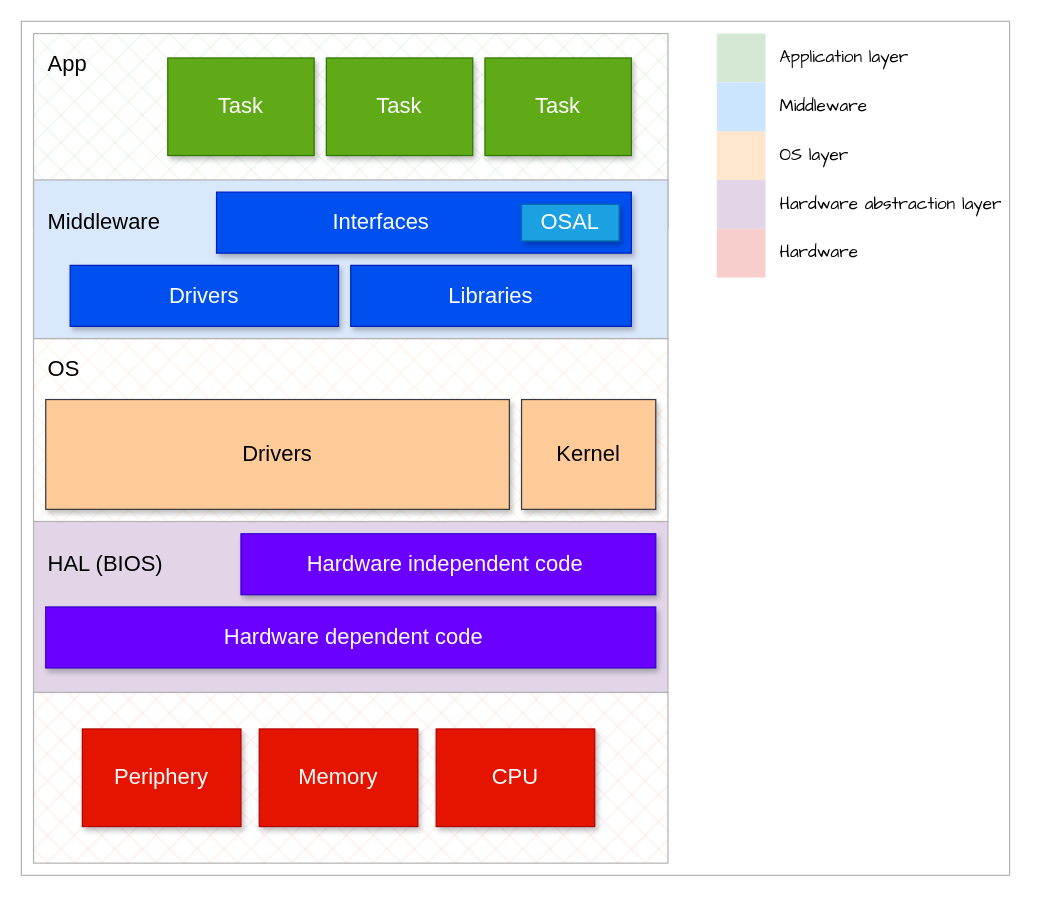
This is page "OS" (7 of 13) of assets/OS.drawio from braboj/tutorial-os, a draw.io file, before an edit. Source tidied: cells renumbered, new cells numbered last; positions are measured from the earlier drawing's top-left corner, leaving out a move shared by most shapes. Both pictures are drawn from the tidied source at 122%, with x=0, y=0 at pixel (21, 21).
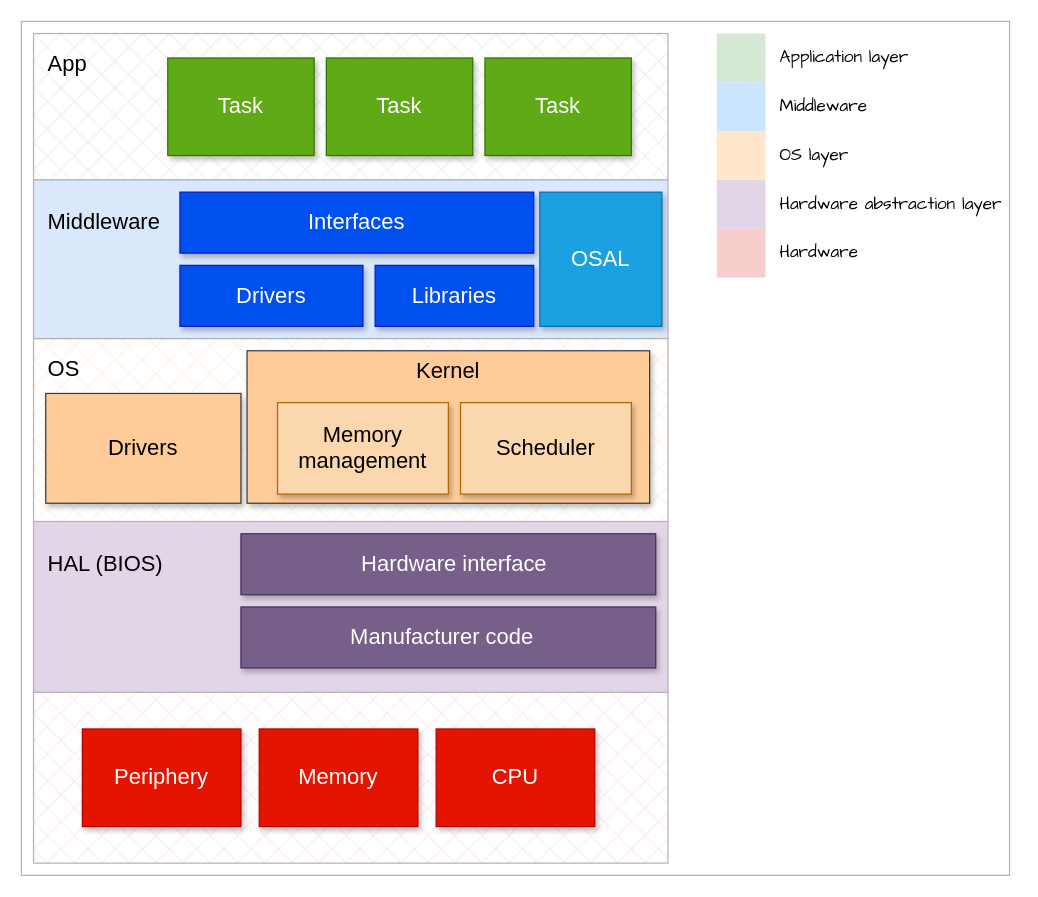
Above is the later version.

What changed in the source:
```diff
@@
+    <mxCell id="4" style="rounded=0;whiteSpace=wrap;html=1;sketch=0;shadow=0;fillStyle=cross-hatch;fillColor=#ffe6cc;strokeColor=#B3B3B3;" parent="1" vertex="1">
+      <mxGeometry x="10" y="260" width="520" height="150" as="geometry" />
+    </mxCell>
@@
-    <mxCell id="4" style="rounded=0;whiteSpace=wrap;html=1;sketch=0;shadow=0;fillStyle=cross-hatch;fillColor=#ffe6cc;strokeColor=#B3B3B3;" parent="1" vertex="1">
-      <mxGeometry x="10" y="260" width="520" height="150" as="geometry" />
-    </mxCell>
     <mxCell id="5" style="rounded=0;whiteSpace=wrap;html=1;sketch=0;shadow=0;fillStyle=cross-hatch;fillColor=#d5e8d4;strokeColor=#B3B3B3;" parent="1" vertex="1">
-      <mxGeometry x="10" y="10" width="520" height="160" as="geometry" />
+      <mxGeometry x="10" y="10" width="520" height="120" as="geometry" />
     </mxCell>
@@
-    <mxCell id="7" value="Kernel" style="rounded=0;whiteSpace=wrap;html=1;strokeColor=#36393d;fillColor=#ffcc99;glass=0;shadow=1;fontSize=18;" parent="1" vertex="1">
-      <mxGeometry x="410" y="310" width="110" height="90" as="geometry" />
-    </mxCell>
@@
     <mxCell id="9" value="Drivers" style="rounded=0;whiteSpace=wrap;html=1;fillColor=#ffcc99;strokeColor=#36393d;glass=0;shadow=1;fontSize=18;" parent="1" vertex="1">
-      <mxGeometry x="20" y="310" width="380" height="90" as="geometry" />
+      <mxGeometry x="20" y="305" width="160" height="90" as="geometry" />
     </mxCell>
@@
-    <mxCell id="17" style="rounded=0;whiteSpace=wrap;html=1;glass=0;shadow=1;fillColor=#0050ef;strokeColor=#001DBC;fontColor=#ffffff;" parent="1" vertex="1">
-      <mxGeometry x="160" y="140" width="340" height="50" as="geometry" />
+    <mxCell id="17" value="Interfaces" style="rounded=0;whiteSpace=wrap;html=1;glass=0;shadow=1;fillColor=#0050ef;strokeColor=#001DBC;fontColor=#ffffff;fontSize=18;" parent="1" vertex="1">
+      <mxGeometry x="130" y="140" width="290" height="50" as="geometry" />
     </mxCell>
     <mxCell id="18" value="Libraries" style="rounded=0;whiteSpace=wrap;html=1;glass=0;shadow=1;fillColor=#0050ef;strokeColor=#001DBC;fontColor=#ffffff;fontSize=18;" parent="1" vertex="1">
-      <mxGeometry x="270" y="200" width="230" height="50" as="geometry" />
+      <mxGeometry x="290" y="200" width="130" height="50" as="geometry" />
     </mxCell>
     <mxCell id="19" value="Drivers" style="rounded=0;whiteSpace=wrap;html=1;glass=0;shadow=1;fillColor=#0050ef;strokeColor=#001DBC;fontColor=#ffffff;fontSize=18;" parent="1" vertex="1">
-      <mxGeometry x="40" y="200" width="220" height="50" as="geometry" />
+      <mxGeometry x="130" y="200" width="150" height="50" as="geometry" />
     </mxCell>
-    <mxCell id="20" value="OSAL" style="rounded=0;whiteSpace=wrap;html=1;glass=0;shadow=1;fillColor=#1ba1e2;strokeColor=#006EAF;fontColor=#ffffff;fontSize=18;" parent="1" vertex="1">
-      <mxGeometry x="410" y="150" width="80" height="30" as="geometry" />
-    </mxCell>
-    <mxCell id="21" value="Interfaces" style="text;html=1;align=center;verticalAlign=middle;whiteSpace=wrap;rounded=0;shadow=0;glass=0;sketch=0;fillStyle=auto;fontFamily=Helvetica;fontSize=18;fontColor=#FFFFFF;" parent="1" vertex="1">
-      <mxGeometry x="230" y="150" width="130" height="30" as="geometry" />
-    </mxCell>
@@
-    <mxCell id="35" style="rounded=0;whiteSpace=wrap;html=1;glass=0;shadow=1;fillColor=#6a00ff;strokeColor=#3700CC;fontColor=#ffffff;" parent="1" vertex="1">
+    <mxCell id="35" style="rounded=0;whiteSpace=wrap;html=1;glass=0;shadow=1;fillColor=#76608a;strokeColor=#432D57;fontColor=#ffffff;" parent="1" vertex="1">
       <mxGeometry x="180" y="420" width="340" height="50" as="geometry" />
     </mxCell>
-    <mxCell id="36" value="Hardware independent code" style="text;html=1;align=center;verticalAlign=middle;whiteSpace=wrap;rounded=0;shadow=0;glass=0;sketch=0;fillStyle=auto;fontFamily=Helvetica;fontSize=18;fontColor=#FFFFFF;" parent="1" vertex="1">
-      <mxGeometry x="195" y="430" width="305" height="30" as="geometry" />
+    <mxCell id="36" value="Hardware interface" style="text;html=1;align=center;verticalAlign=middle;whiteSpace=wrap;rounded=0;shadow=0;glass=0;sketch=0;fillStyle=auto;fontFamily=Helvetica;fontSize=18;fontColor=#FFFFFF;" parent="1" vertex="1">
+      <mxGeometry x="210" y="430" width="290" height="30" as="geometry" />
     </mxCell>
-    <mxCell id="37" style="rounded=0;whiteSpace=wrap;html=1;glass=0;shadow=1;fillColor=#6a00ff;strokeColor=#3700CC;fontColor=#ffffff;" parent="1" vertex="1">
-      <mxGeometry x="20" y="480" width="500" height="50" as="geometry" />
+    <mxCell id="37" style="rounded=0;whiteSpace=wrap;html=1;glass=0;shadow=1;fillColor=#76608a;strokeColor=#432D57;fontColor=#ffffff;" parent="1" vertex="1">
+      <mxGeometry x="180" y="480" width="340" height="50" as="geometry" />
     </mxCell>
-    <mxCell id="38" value="Hardware dependent code" style="text;html=1;align=center;verticalAlign=middle;whiteSpace=wrap;rounded=0;shadow=0;glass=0;sketch=0;fillStyle=auto;fontFamily=Helvetica;fontSize=18;fontColor=#FFFFFF;" parent="1" vertex="1">
-      <mxGeometry x="120" y="490" width="305" height="30" as="geometry" />
+    <mxCell id="38" value="Manufacturer code" style="text;html=1;align=center;verticalAlign=middle;whiteSpace=wrap;rounded=0;shadow=0;glass=0;sketch=0;fillStyle=auto;fontFamily=Helvetica;fontSize=18;fontColor=#FFFFFF;" parent="1" vertex="1">
+      <mxGeometry x="200" y="490" width="290" height="30" as="geometry" />
     </mxCell>
+    <mxCell id="20" value="OSAL" style="rounded=0;whiteSpace=wrap;html=1;glass=0;shadow=1;fillColor=#1ba1e2;strokeColor=#006EAF;fontColor=#ffffff;fontSize=18;" parent="1" vertex="1">
+      <mxGeometry x="425" y="140" width="100" height="110" as="geometry" />
+    </mxCell>
+    <mxCell id="39" style="rounded=0;whiteSpace=wrap;html=1;strokeColor=#36393d;fillColor=#ffcc99;glass=0;shadow=1;fontSize=18;" parent="1" vertex="1">
+      <mxGeometry x="185" y="270" width="330" height="125" as="geometry" />
+    </mxCell>
+    <mxCell id="40" value="Memory management" style="rounded=0;whiteSpace=wrap;html=1;strokeColor=#b46504;fillColor=#fad7ac;glass=0;shadow=1;fontSize=18;" parent="1" vertex="1">
+      <mxGeometry x="210" y="312.5" width="140" height="75" as="geometry" />
+    </mxCell>
+    <mxCell id="7" value="Scheduler" style="rounded=0;whiteSpace=wrap;html=1;strokeColor=#b46504;fillColor=#fad7ac;glass=0;shadow=1;fontSize=18;" parent="1" vertex="1">
+      <mxGeometry x="360" y="312.5" width="140" height="75" as="geometry" />
+    </mxCell>
+    <mxCell id="41" value="Kernel" style="text;html=1;strokeColor=none;fillColor=none;align=center;verticalAlign=middle;whiteSpace=wrap;rounded=0;shadow=0;glass=0;sketch=0;fillStyle=auto;fontFamily=Helvetica;fontSize=18;fontColor=#000000;" parent="1" vertex="1">
+      <mxGeometry x="190" y="272" width="320" height="30" as="geometry" />
+    </mxCell>
```
